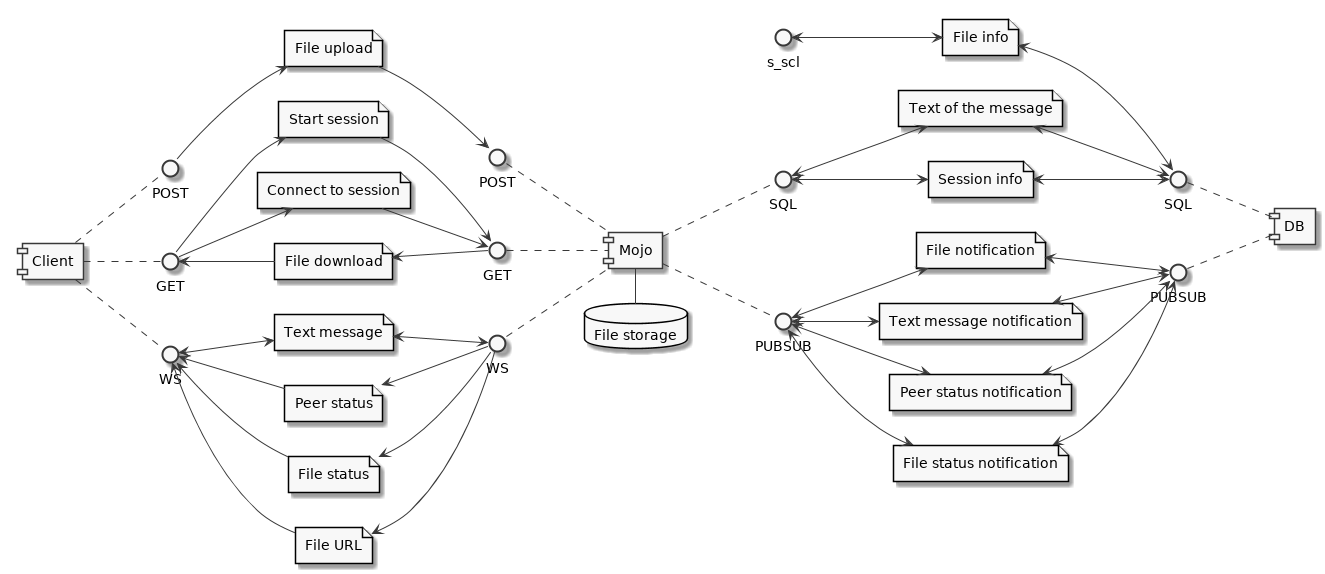
The PlantUML diagram arch/data_flow.png in zhmylove/vonf, before a commit.
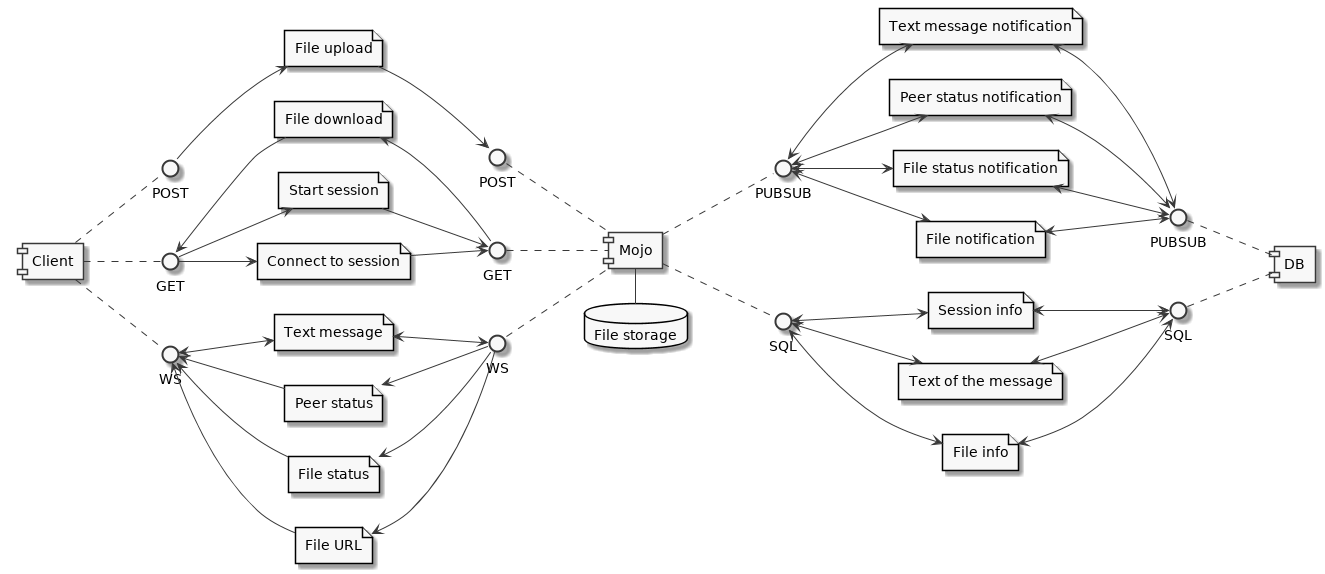
Later version of the same file.

Change to the diagram source:
```diff
@@ -92,6 +92,6 @@
 sql2 <--> db_sql
 
 file "File info" as sql3
-s_scl <--> sql3
+s_sql <--> sql3
 sql3 <--> db_sql
 @enduml
```
